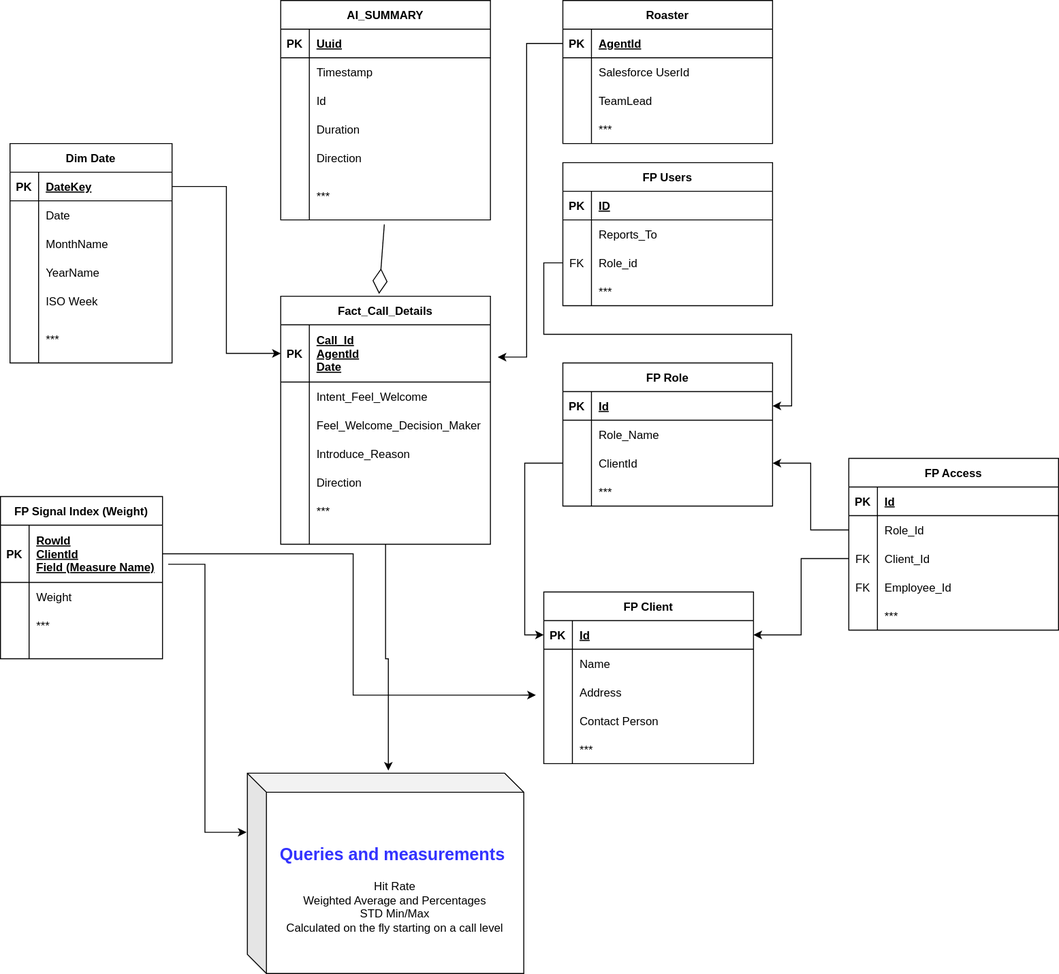
Earlier version of the draw.io export ERD.svg (Ashire/Ashire). Source tidied: cells renumbered, new cells last; positions are measured from the earlier drawing's top-left corner, leaving out a move shared by most shapes.
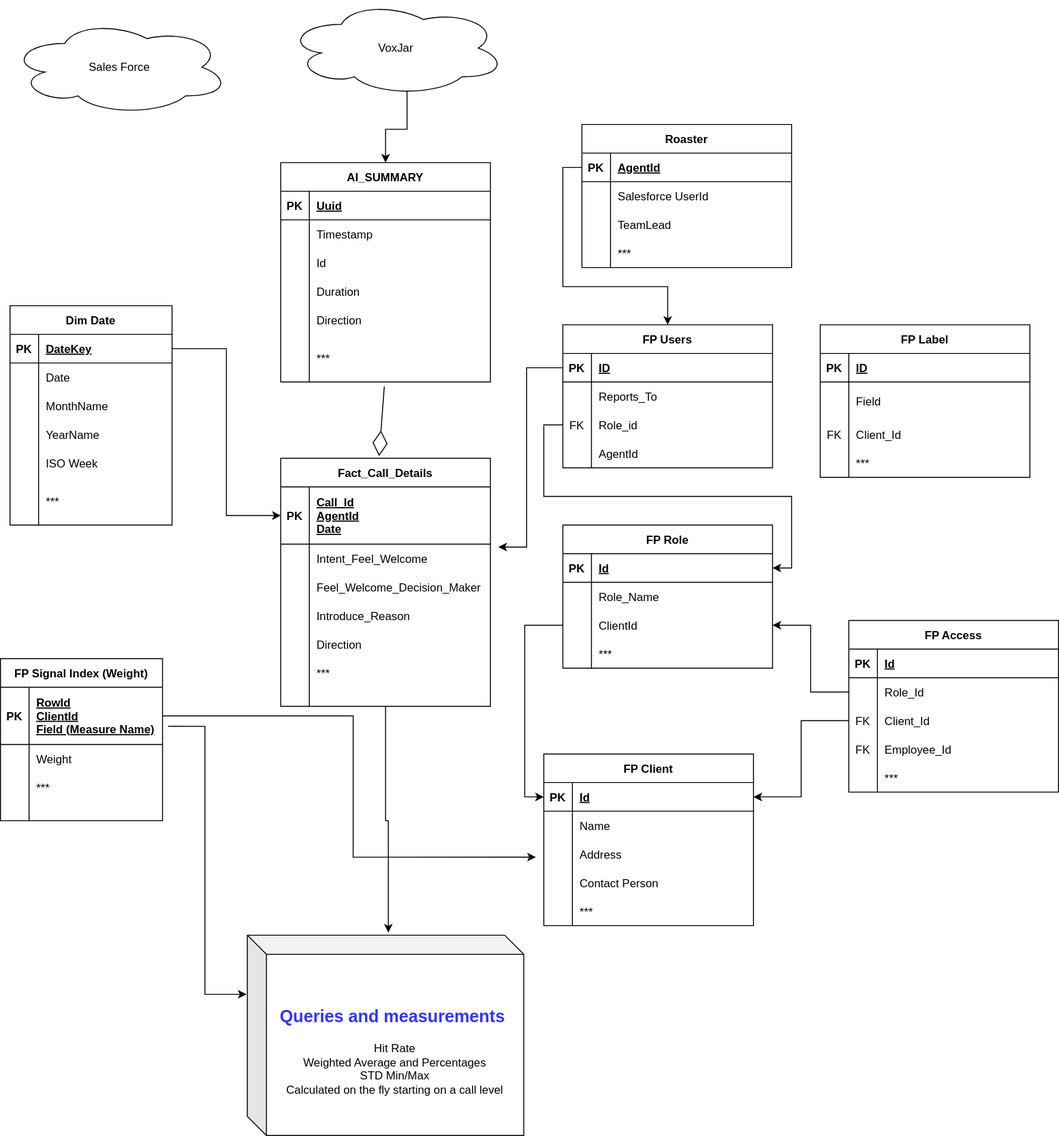
Later version of the same file.

What changed in the source:
```diff
@@ -225,7 +225,7 @@
       <mxGeometry relative="1" as="geometry" />
     </mxCell>
     <mxCell id="76" value="Roaster" style="shape=table;startSize=30;rowLines=0;fontStyle=1;align=center;" parent="1" vertex="1">
-      <mxGeometry x="590" width="220" height="150" as="geometry" />
+      <mxGeometry x="610" y="-40" width="220" height="150" as="geometry" />
     </mxCell>
     <mxCell id="77" style="shape=partialRectangle;fillColor=none;top=0;left=0;bottom=1;right=0;points=[[0,0.5],[1,0.5]];portConstraint=eastwest;" parent="76" vertex="1">
       <mxGeometry y="30" width="220" height="30" as="geometry" />
@@ -263,9 +263,6 @@
     <mxCell id="88" value="***" style="shape=partialRectangle;fillColor=none;top=0;left=0;bottom=0;right=0;align=left;spacingLeft=6;overflow=hidden;" parent="86" vertex="1">
       <mxGeometry x="30" width="190" height="30" as="geometry" />
     </mxCell>
-    <mxCell id="89" style="edgeStyle=orthogonalEdgeStyle;rounded=0;jettySize=auto;html=1;exitX=0;exitY=0.5;exitDx=0;exitDy=0;entryX=1.035;entryY=0.564;entryDx=0;entryDy=0;entryPerimeter=0;" parent="1" edge="1" source="77" target="23">
-      <mxGeometry relative="1" as="geometry" />
-    </mxCell>
     <mxCell id="90" style="edgeStyle=orthogonalEdgeStyle;rounded=0;jettySize=auto;html=1;exitX=1;exitY=0.5;exitDx=0;exitDy=0;entryX=0;entryY=0.5;entryDx=0;entryDy=0;" parent="1" edge="1" source="43" target="23">
       <mxGeometry relative="1" as="geometry" />
     </mxCell>
@@ -305,7 +302,7 @@
     <mxCell id="102" style="shape=partialRectangle;fillColor=none;top=0;left=0;bottom=0;right=0;overflow=hidden;" parent="101" vertex="1">
       <mxGeometry width="30" height="30" as="geometry" />
     </mxCell>
-    <mxCell id="103" value="***" style="shape=partialRectangle;fillColor=none;top=0;left=0;bottom=0;right=0;align=left;spacingLeft=6;overflow=hidden;" parent="101" vertex="1">
+    <mxCell id="103" value="AgentId" style="shape=partialRectangle;fillColor=none;top=0;left=0;bottom=0;right=0;align=left;spacingLeft=6;overflow=hidden;" parent="101" vertex="1">
       <mxGeometry x="30" width="190" height="30" as="geometry" />
     </mxCell>
     <mxCell id="104" value="FP Role" style="shape=table;startSize=30;rowLines=0;fontStyle=1;align=center;" parent="1" vertex="1">
@@ -458,5 +455,65 @@
     <mxCell id="153" style="edgeStyle=orthogonalEdgeStyle;rounded=0;jettySize=auto;html=1;exitX=0;exitY=0.5;exitDx=0;exitDy=0;entryX=1;entryY=0.5;entryDx=0;entryDy=0;" parent="1" edge="1" source="122" target="111">
       <mxGeometry relative="1" as="geometry" />
     </mxCell>
+    <mxCell id="154" style="edgeStyle=orthogonalEdgeStyle;rounded=0;jettySize=auto;html=1;exitX=0;exitY=0.5;exitDx=0;exitDy=0;entryX=0.5;entryY=0;entryDx=0;entryDy=0;" parent="1" edge="1" source="77" target="91">
+      <mxGeometry relative="1" as="geometry">
+        <Array as="points">
+          <mxPoint x="590" y="5" />
+          <mxPoint x="590" y="130" />
+          <mxPoint x="700" y="130" />
+        </Array>
+      </mxGeometry>
+    </mxCell>
+    <mxCell id="155" style="edgeStyle=orthogonalEdgeStyle;rounded=0;jettySize=auto;html=1;exitX=0;exitY=0.5;exitDx=0;exitDy=0;entryX=1.038;entryY=1.05;entryDx=0;entryDy=0;entryPerimeter=0;" parent="1" edge="1" source="92" target="23">
+      <mxGeometry relative="1" as="geometry" />
+    </mxCell>
+    <mxCell id="156" style="edgeStyle=orthogonalEdgeStyle;rounded=0;jettySize=auto;html=1;exitX=0.55;exitY=0.95;exitDx=0;exitDy=0;exitPerimeter=0;entryX=0.5;entryY=0;entryDx=0;entryDy=0;" parent="1" edge="1" source="157" target="2">
+      <mxGeometry relative="1" as="geometry" />
+    </mxCell>
+    <mxCell id="157" value="VoxJar" style="ellipse;shape=cloud;whiteSpace=wrap;html=1;" parent="1" vertex="1">
+      <mxGeometry x="300" y="-170" width="230" height="100" as="geometry" />
+    </mxCell>
+    <mxCell id="158" value="Sales Force" style="ellipse;shape=cloud;whiteSpace=wrap;html=1;" parent="1" vertex="1">
+      <mxGeometry x="10" y="-150" width="230" height="100" as="geometry" />
+    </mxCell>
+    <mxCell id="159" value="FP Label" style="shape=table;startSize=30;rowLines=0;fontStyle=1;align=center;" parent="1" vertex="1">
+      <mxGeometry x="860" y="170" width="220" height="160" as="geometry" />
+    </mxCell>
+    <mxCell id="160" style="shape=partialRectangle;fillColor=none;top=0;left=0;bottom=1;right=0;" parent="159" vertex="1">
+      <mxGeometry y="30" width="220" height="30" as="geometry" />
+    </mxCell>
+    <mxCell id="161" value="PK" style="shape=partialRectangle;fillColor=none;top=0;left=0;bottom=0;right=0;fontStyle=1;overflow=hidden;" parent="160" vertex="1">
+      <mxGeometry width="30" height="30" as="geometry" />
+    </mxCell>
+    <mxCell id="162" value="ID" style="shape=partialRectangle;fillColor=none;top=0;left=0;bottom=0;right=0;align=left;spacingLeft=6;fontStyle=5;overflow=hidden;" parent="160" vertex="1">
+      <mxGeometry x="30" width="190" height="30" as="geometry" />
+    </mxCell>
+    <mxCell id="163" style="shape=partialRectangle;fillColor=none;top=0;left=0;bottom=0;right=0;" parent="159" vertex="1">
+      <mxGeometry y="60" width="220" height="40" as="geometry" />
+    </mxCell>
+    <mxCell id="164" style="shape=partialRectangle;fillColor=none;top=0;left=0;bottom=0;right=0;overflow=hidden;" parent="163" vertex="1">
+      <mxGeometry width="30" height="40" as="geometry" />
+    </mxCell>
+    <mxCell id="165" value="Field" style="shape=partialRectangle;fillColor=none;top=0;left=0;bottom=0;right=0;align=left;spacingLeft=6;overflow=hidden;" parent="163" vertex="1">
+      <mxGeometry x="30" width="190" height="40" as="geometry" />
+    </mxCell>
+    <mxCell id="166" style="shape=partialRectangle;fillColor=none;top=0;left=0;bottom=0;right=0;" parent="159" vertex="1">
+      <mxGeometry y="100" width="220" height="30" as="geometry" />
+    </mxCell>
+    <mxCell id="167" value="FK" style="shape=partialRectangle;fillColor=none;top=0;left=0;bottom=0;right=0;overflow=hidden;" parent="166" vertex="1">
+      <mxGeometry width="30" height="30" as="geometry" />
+    </mxCell>
+    <mxCell id="168" value="Client_Id" style="shape=partialRectangle;fillColor=none;top=0;left=0;bottom=0;right=0;align=left;spacingLeft=6;overflow=hidden;" parent="166" vertex="1">
+      <mxGeometry x="30" width="190" height="30" as="geometry" />
+    </mxCell>
+    <mxCell id="169" style="shape=partialRectangle;fillColor=none;top=0;left=0;bottom=0;right=0;" parent="159" vertex="1">
+      <mxGeometry y="130" width="220" height="30" as="geometry" />
+    </mxCell>
+    <mxCell id="170" style="shape=partialRectangle;fillColor=none;top=0;left=0;bottom=0;right=0;overflow=hidden;" parent="169" vertex="1">
+      <mxGeometry width="30" height="30" as="geometry" />
+    </mxCell>
+    <mxCell id="171" value="***" style="shape=partialRectangle;fillColor=none;top=0;left=0;bottom=0;right=0;align=left;spacingLeft=6;overflow=hidden;" parent="169" vertex="1">
+      <mxGeometry x="30" width="190" height="30" as="geometry" />
+    </mxCell>
   </root>
 </mxGraphModel>
```
